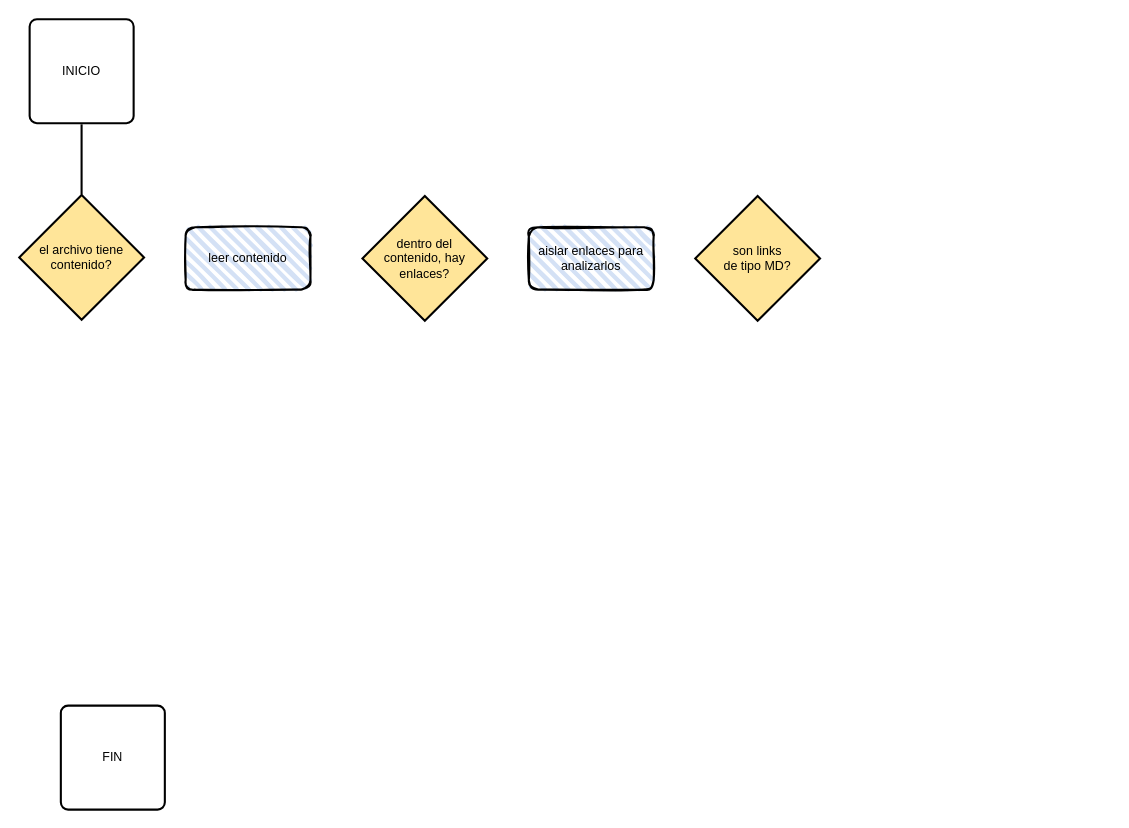
Before: Diagrama sin título.drawio in RosarioHA/DEV001-md-linksRHA, a draw.io diagram. Source tidied: cells renumbered, new cells numbered last; positions are measured from the earlier drawing's top-left corner, leaving out a move shared by most shapes. Both pictures are drawn from the tidied source at 104%, with x=0, y=0 at pixel (19, 19).
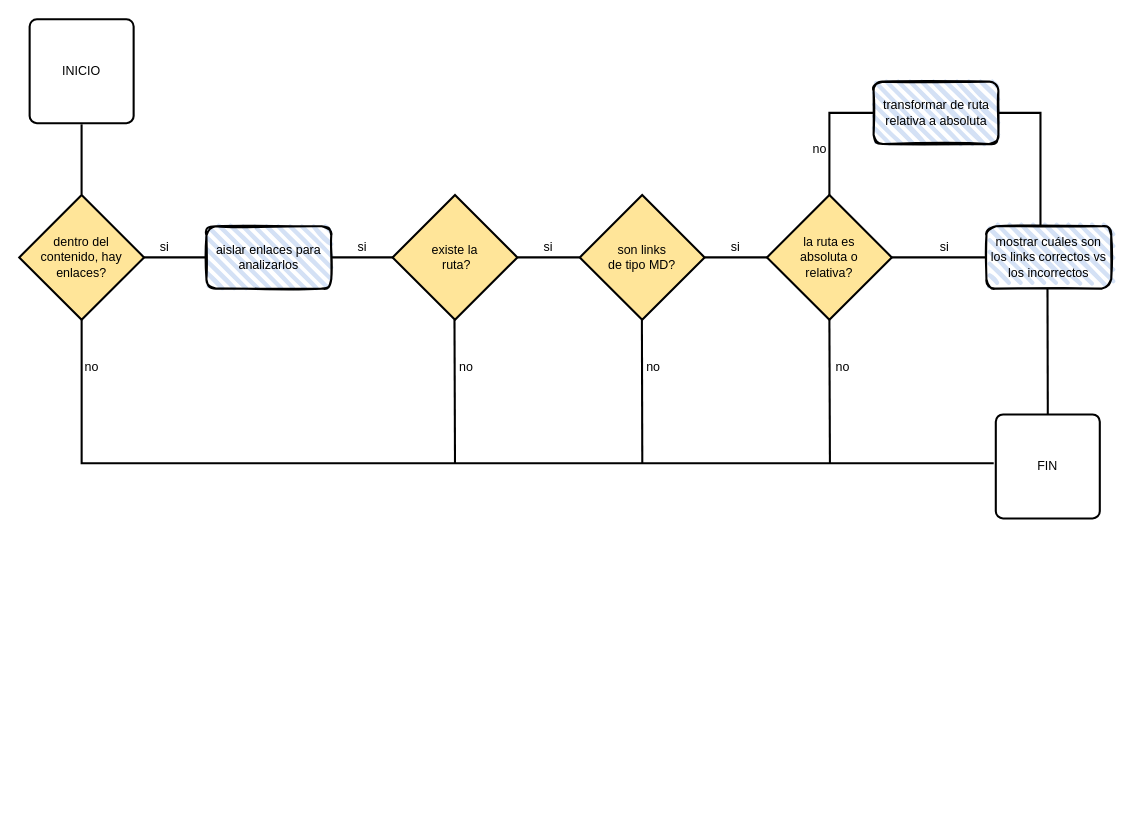
The same diagram, later.

Change to the diagram source:
```diff
@@
-    <mxCell id="2" value="el archivo tiene contenido?" style="strokeWidth=2;html=1;shape=mxgraph.flowchart.decision;whiteSpace=wrap;fillColor=#FFE599;" parent="1" vertex="1">
-      <mxGeometry y="169" width="120" height="120" as="geometry" />
-    </mxCell>
@@
-    <mxCell id="4" value="FIN" style="rounded=1;whiteSpace=wrap;html=1;absoluteArcSize=1;arcSize=14;strokeWidth=2;" parent="1" vertex="1">
-      <mxGeometry x="40" y="660" width="100" height="100" as="geometry" />
-    </mxCell>
@@
     <mxCell id="6" value="aislar enlaces para analizarlos" style="rounded=1;whiteSpace=wrap;html=1;strokeWidth=2;fillWeight=4;hachureGap=8;hachureAngle=45;fillColor=#D4E1F5;sketch=1;" parent="1" vertex="1">
-      <mxGeometry x="490" y="200" width="120" height="60" as="geometry" />
+      <mxGeometry x="180" y="199" width="120" height="60" as="geometry" />
     </mxCell>
-    <mxCell id="7" value="leer contenido" style="rounded=1;whiteSpace=wrap;html=1;strokeWidth=2;fillWeight=4;hachureGap=8;hachureAngle=45;fillColor=#D4E1F5;sketch=1;" parent="1" vertex="1">
-      <mxGeometry x="160" y="200" width="120" height="60" as="geometry" />
-    </mxCell>
     <mxCell id="8" value="&lt;div&gt;dentro del &lt;br&gt;&lt;/div&gt;&lt;div&gt;contenido, hay enlaces?&lt;/div&gt;" style="strokeWidth=2;html=1;shape=mxgraph.flowchart.decision;whiteSpace=wrap;fillColor=#FFE599;" parent="1" vertex="1">
-      <mxGeometry x="330" y="170" width="120" height="120" as="geometry" />
+      <mxGeometry y="169" width="120" height="120" as="geometry" />
     </mxCell>
     <mxCell id="9" value="&lt;div&gt;son links &lt;br&gt;&lt;/div&gt;&lt;div&gt;de tipo MD?&lt;/div&gt;" style="strokeWidth=2;html=1;shape=mxgraph.flowchart.decision;whiteSpace=wrap;fillColor=#FFE599;" parent="1" vertex="1">
-      <mxGeometry x="650" y="170" width="120" height="120" as="geometry" />
+      <mxGeometry x="539" y="169" width="120" height="120" as="geometry" />
     </mxCell>
+    <mxCell id="10" value="transformar de ruta relativa a absoluta " style="rounded=1;whiteSpace=wrap;html=1;strokeWidth=2;fillWeight=4;hachureGap=8;hachureAngle=45;fillColor=#D4E1F5;sketch=1;" parent="1" vertex="1">
+      <mxGeometry x="821.5" y="60" width="120" height="60" as="geometry" />
+    </mxCell>
+    <mxCell id="11" value="&lt;div&gt;la ruta es &lt;br&gt;&lt;/div&gt;&lt;div&gt;absoluta o &lt;br&gt;&lt;/div&gt;&lt;div&gt;relativa?&lt;br&gt;&lt;/div&gt;" style="strokeWidth=2;html=1;shape=mxgraph.flowchart.decision;whiteSpace=wrap;fillColor=#FFE599;" parent="1" vertex="1">
+      <mxGeometry x="719" y="169" width="120" height="120" as="geometry" />
+    </mxCell>
+    <mxCell id="12" value="&lt;div&gt;existe la&lt;/div&gt;&lt;div&gt;&amp;nbsp;ruta?&lt;br&gt;&lt;/div&gt;" style="strokeWidth=2;html=1;shape=mxgraph.flowchart.decision;whiteSpace=wrap;fillColor=#FFE599;" parent="1" vertex="1">
+      <mxGeometry x="359" y="169" width="120" height="120" as="geometry" />
+    </mxCell>
+    <mxCell id="4" value="FIN" style="rounded=1;whiteSpace=wrap;html=1;absoluteArcSize=1;arcSize=14;strokeWidth=2;" parent="1" vertex="1">
+      <mxGeometry x="939" y="380" width="100" height="100" as="geometry" />
+    </mxCell>
+    <mxCell id="13" value="mostrar cuáles son los links correctos vs los incorrectos" style="rounded=1;whiteSpace=wrap;html=1;strokeWidth=2;fillWeight=4;hachureGap=8;hachureAngle=45;fillColor=#D4E1F5;sketch=1;" parent="1" vertex="1">
+      <mxGeometry x="930" y="199" width="120" height="60" as="geometry" />
+    </mxCell>
+    <mxCell id="14" style="line;strokeWidth=2;html=1;rotation=0;" parent="1" vertex="1">
+      <mxGeometry x="120" y="224" width="60" height="10" as="geometry" />
+    </mxCell>
+    <mxCell id="15" style="line;strokeWidth=2;html=1;rotation=0;" parent="1" vertex="1">
+      <mxGeometry x="300" y="224" width="60" height="10" as="geometry" />
+    </mxCell>
+    <mxCell id="16" style="line;strokeWidth=2;html=1;rotation=0;" parent="1" vertex="1">
+      <mxGeometry x="479" y="224" width="60" height="10" as="geometry" />
+    </mxCell>
+    <mxCell id="17" style="line;strokeWidth=2;html=1;rotation=0;" parent="1" vertex="1">
+      <mxGeometry x="659" y="224" width="60" height="10" as="geometry" />
+    </mxCell>
+    <mxCell id="18" style="line;strokeWidth=2;html=1;rotation=0;" parent="1" vertex="1">
+      <mxGeometry x="839" y="224" width="91" height="10" as="geometry" />
+    </mxCell>
+    <mxCell id="19" style="shape=partialRectangle;whiteSpace=wrap;html=1;bottom=0;right=0;fillColor=none;strokeWidth=2;" parent="1" vertex="1">
+      <mxGeometry x="779" y="90" width="41" height="79" as="geometry" />
+    </mxCell>
+    <mxCell id="20" style="shape=partialRectangle;whiteSpace=wrap;html=1;bottom=0;right=0;fillColor=none;strokeWidth=2;rotation=90;" parent="1" vertex="1">
+      <mxGeometry x="908.2" y="123.8" width="107.5" height="40" as="geometry" />
+    </mxCell>
+    <mxCell id="21" style="shape=partialRectangle;whiteSpace=wrap;html=1;bottom=0;right=0;fillColor=none;strokeWidth=2;rotation=-90;" parent="1" vertex="1">
+      <mxGeometry x="429" y="-80" width="138" height="876" as="geometry" />
+    </mxCell>
+    <mxCell id="22" style="endArrow=none;html=1;rounded=0;strokeWidth=2;entryX=0.496;entryY=0.998;entryDx=0;entryDy=0;entryPerimeter=0;" parent="1" edge="1">
+      <mxGeometry relative="1" as="geometry">
+        <mxPoint x="419" y="427" as="sourcePoint" />
+        <mxPoint x="418.5" y="288.8" as="targetPoint" />
+      </mxGeometry>
+    </mxCell>
+    <mxCell id="23" style="endArrow=none;html=1;rounded=0;strokeWidth=2;entryX=0.496;entryY=0.998;entryDx=0;entryDy=0;entryPerimeter=0;" parent="1" edge="1">
+      <mxGeometry relative="1" as="geometry">
+        <mxPoint x="599.1" y="427.2" as="sourcePoint" />
+        <mxPoint x="598.7" y="289" as="targetPoint" />
+      </mxGeometry>
+    </mxCell>
+    <mxCell id="24" style="endArrow=none;html=1;rounded=0;strokeWidth=2;entryX=0.496;entryY=0.998;entryDx=0;entryDy=0;entryPerimeter=0;" parent="1" edge="1">
+      <mxGeometry relative="1" as="geometry">
+        <mxPoint x="779.5" y="427.1" as="sourcePoint" />
+        <mxPoint x="779" y="288.9" as="targetPoint" />
+      </mxGeometry>
+    </mxCell>
+    <mxCell id="25" style="endArrow=none;html=1;rounded=0;strokeWidth=2;entryX=0.496;entryY=0.998;entryDx=0;entryDy=0;entryPerimeter=0;" parent="1" edge="1">
+      <mxGeometry relative="1" as="geometry">
+        <mxPoint x="989" y="380" as="sourcePoint" />
+        <mxPoint x="988.7" y="259" as="targetPoint" />
+      </mxGeometry>
+    </mxCell>
+    <mxCell id="26" value="si" style="text;strokeColor=none;align=center;fillColor=none;html=1;verticalAlign=middle;whiteSpace=wrap;rounded=0;strokeWidth=2;" parent="1" vertex="1">
+      <mxGeometry x="110" y="204" width="60" height="30" as="geometry" />
+    </mxCell>
+    <mxCell id="27" value="no" style="text;strokeColor=none;align=center;fillColor=none;html=1;verticalAlign=middle;whiteSpace=wrap;rounded=0;strokeWidth=2;" parent="1" vertex="1">
+      <mxGeometry x="40" y="320" width="60" height="30" as="geometry" />
+    </mxCell>
+    <mxCell id="28" value="no" style="text;strokeColor=none;align=center;fillColor=none;html=1;verticalAlign=middle;whiteSpace=wrap;rounded=0;strokeWidth=2;" parent="1" vertex="1">
+      <mxGeometry x="400" y="320" width="60" height="30" as="geometry" />
+    </mxCell>
+    <mxCell id="29" value="no" style="text;strokeColor=none;align=center;fillColor=none;html=1;verticalAlign=middle;whiteSpace=wrap;rounded=0;strokeWidth=2;" parent="1" vertex="1">
+      <mxGeometry x="580" y="320" width="60" height="30" as="geometry" />
+    </mxCell>
+    <mxCell id="30" value="no" style="text;strokeColor=none;align=center;fillColor=none;html=1;verticalAlign=middle;whiteSpace=wrap;rounded=0;strokeWidth=2;" parent="1" vertex="1">
+      <mxGeometry x="761.5" y="320" width="60" height="30" as="geometry" />
+    </mxCell>
+    <mxCell id="31" value="si" style="text;strokeColor=none;align=center;fillColor=none;html=1;verticalAlign=middle;whiteSpace=wrap;rounded=0;strokeWidth=2;" parent="1" vertex="1">
+      <mxGeometry x="300" y="204" width="60" height="30" as="geometry" />
+    </mxCell>
+    <mxCell id="32" value="si" style="text;strokeColor=none;align=center;fillColor=none;html=1;verticalAlign=middle;whiteSpace=wrap;rounded=0;strokeWidth=2;" parent="1" vertex="1">
+      <mxGeometry x="479" y="204" width="60" height="30" as="geometry" />
+    </mxCell>
+    <mxCell id="33" value="si" style="text;strokeColor=none;align=center;fillColor=none;html=1;verticalAlign=middle;whiteSpace=wrap;rounded=0;strokeWidth=2;" parent="1" vertex="1">
+      <mxGeometry x="659" y="204" width="60" height="30" as="geometry" />
+    </mxCell>
+    <mxCell id="34" value="si" style="text;strokeColor=none;align=center;fillColor=none;html=1;verticalAlign=middle;whiteSpace=wrap;rounded=0;strokeWidth=2;" parent="1" vertex="1">
+      <mxGeometry x="860" y="204" width="60" height="30" as="geometry" />
+    </mxCell>
+    <mxCell id="35" value="no" style="text;strokeColor=none;align=center;fillColor=none;html=1;verticalAlign=middle;whiteSpace=wrap;rounded=0;strokeWidth=2;" parent="1" vertex="1">
+      <mxGeometry x="740" y="109.8" width="60" height="30" as="geometry" />
+    </mxCell>
```
